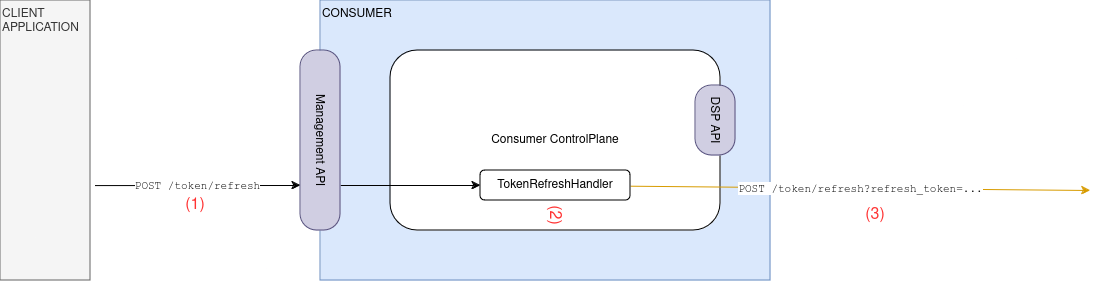
Above: docs/development/dataplane-signaling/ManualRefresh.drawio.png in eclipse-tractusx/tractusx-edc (draw.io), before the change. Source tidied: cells renumbered, new cells last; positions are measured from the earlier drawing's top-left corner, leaving out a move shared by most shapes. The source it was exported from:
```xml
<mxGraphModel>
  <root>
    <mxCell id="0" />
    <mxCell id="1" parent="0" />
    <mxCell id="2" value="&lt;div align=&quot;left&quot;&gt;CONSUMER&lt;/div&gt;" style="rounded=0;whiteSpace=wrap;html=1;fillColor=#dae8fc;strokeColor=#6c8ebf;align=left;verticalAlign=top;" parent="1" vertex="1">
      <mxGeometry x="320" width="450" height="280" as="geometry" />
    </mxCell>
    <mxCell id="3" value="Consumer ControlPlane" style="rounded=1;whiteSpace=wrap;html=1;" parent="1" vertex="1">
      <mxGeometry x="390" y="50" width="330" height="180" as="geometry" />
    </mxCell>
    <mxCell id="4" value="DSP API" style="rounded=1;whiteSpace=wrap;html=1;arcSize=41;rotation=90;fillColor=#d0cee2;strokeColor=#56517e;" parent="1" vertex="1">
      <mxGeometry x="680" y="100" width="70" height="40" as="geometry" />
    </mxCell>
    <mxCell id="5" style="edgeStyle=orthogonalEdgeStyle;rounded=0;jettySize=auto;html=1;entryX=0;entryY=0.5;entryDx=0;entryDy=0;exitX=0.75;exitY=0;exitDx=0;exitDy=0;" parent="1" edge="1" source="6" target="13">
      <mxGeometry relative="1" as="geometry" />
    </mxCell>
    <mxCell id="6" value="Management API" style="rounded=1;whiteSpace=wrap;html=1;arcSize=41;rotation=90;fillColor=#d0cee2;strokeColor=#56517e;" parent="1" vertex="1">
      <mxGeometry x="230" y="120" width="180" height="40" as="geometry" />
    </mxCell>
    <mxCell id="7" value="POST /token/refresh" style="endArrow=classic;html=1;rounded=0;fontFamily=Courier New;entryX=0.75;entryY=1;entryDx=0;entryDy=0;exitX=1.05;exitY=0.661;exitDx=0;exitDy=0;exitPerimeter=0;" parent="1" edge="1" source="9" target="6">
      <mxGeometry relative="1" as="geometry" />
    </mxCell>
    <mxCell id="8" value="(1)" style="text;html=1;align=center;verticalAlign=middle;whiteSpace=wrap;rounded=0;fontSize=16;fontColor=#FF3333;" parent="1" vertex="1">
      <mxGeometry x="160" y="190" width="70" height="30" as="geometry" />
    </mxCell>
    <mxCell id="9" value="CLIENT APPLICATION" style="rounded=0;whiteSpace=wrap;html=1;align=left;verticalAlign=top;fillColor=#f5f5f5;fontColor=#333333;strokeColor=#666666;" parent="1" vertex="1">
      <mxGeometry width="90" height="280" as="geometry" />
    </mxCell>
    <mxCell id="10" value="(2)" style="text;html=1;align=center;verticalAlign=middle;whiteSpace=wrap;rounded=0;fontSize=16;fontColor=#FF3333;rotation=90;" parent="1" vertex="1">
      <mxGeometry x="520" y="200" width="70" height="30" as="geometry" />
    </mxCell>
    <mxCell id="11" value="POST /token/refresh?refresh_token=..." style="endArrow=classic;html=1;rounded=0;fontFamily=Courier New;fillColor=#ffe6cc;strokeColor=#d79b00;" parent="1" edge="1" source="13">
      <mxGeometry relative="1" as="geometry">
        <mxPoint x="1090" y="190" as="targetPoint" />
      </mxGeometry>
    </mxCell>
    <mxCell id="12" value="(3)" style="text;html=1;align=center;verticalAlign=middle;whiteSpace=wrap;rounded=0;fontSize=16;fontColor=#FF3333;" parent="1" vertex="1">
      <mxGeometry x="840" y="200" width="70" height="30" as="geometry" />
    </mxCell>
    <mxCell id="13" value="TokenRefreshHandler" style="rounded=1;whiteSpace=wrap;html=1;" parent="1" vertex="1">
      <mxGeometry x="480" y="170" width="150" height="30" as="geometry" />
    </mxCell>
  </root>
</mxGraphModel>
```
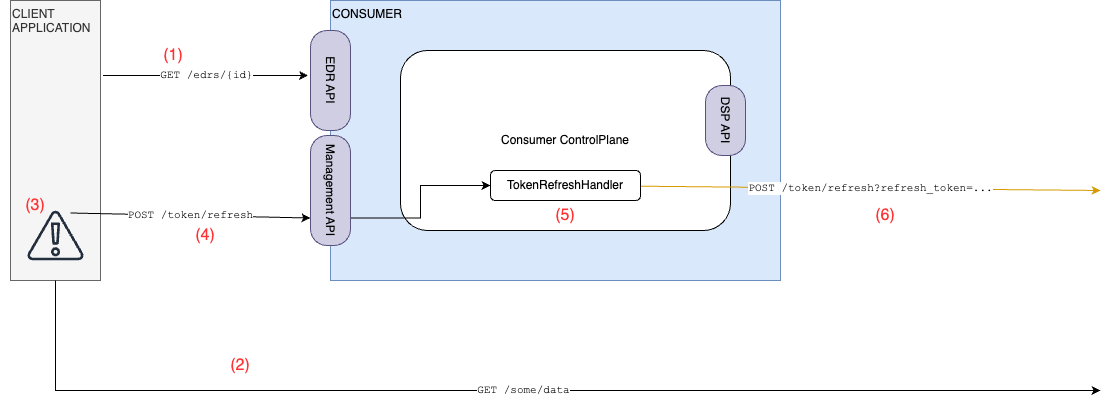
After the change.

Commit message:
docs: improve token refresh docu

What changed in the source:
```diff
@@ -15,18 +15,15 @@
       <mxGeometry relative="1" as="geometry" />
     </mxCell>
     <mxCell id="6" value="Management API" style="rounded=1;whiteSpace=wrap;html=1;arcSize=41;rotation=90;fillColor=#d0cee2;strokeColor=#56517e;" parent="1" vertex="1">
-      <mxGeometry x="230" y="120" width="180" height="40" as="geometry" />
+      <mxGeometry x="265" y="170" width="110" height="40" as="geometry" />
     </mxCell>
-    <mxCell id="7" value="POST /token/refresh" style="endArrow=classic;html=1;rounded=0;fontFamily=Courier New;entryX=0.75;entryY=1;entryDx=0;entryDy=0;exitX=1.05;exitY=0.661;exitDx=0;exitDy=0;exitPerimeter=0;" parent="1" edge="1" source="9" target="6">
-      <mxGeometry relative="1" as="geometry" />
-    </mxCell>
-    <mxCell id="8" value="(1)" style="text;html=1;align=center;verticalAlign=middle;whiteSpace=wrap;rounded=0;fontSize=16;fontColor=#FF3333;" parent="1" vertex="1">
-      <mxGeometry x="160" y="190" width="70" height="30" as="geometry" />
+    <mxCell id="8" value="(4)" style="text;html=1;align=center;verticalAlign=middle;whiteSpace=wrap;rounded=0;fontSize=16;fontColor=#FF3333;" parent="1" vertex="1">
+      <mxGeometry x="160" y="220" width="70" height="30" as="geometry" />
     </mxCell>
     <mxCell id="9" value="CLIENT APPLICATION" style="rounded=0;whiteSpace=wrap;html=1;align=left;verticalAlign=top;fillColor=#f5f5f5;fontColor=#333333;strokeColor=#666666;" parent="1" vertex="1">
       <mxGeometry width="90" height="280" as="geometry" />
     </mxCell>
-    <mxCell id="10" value="(2)" style="text;html=1;align=center;verticalAlign=middle;whiteSpace=wrap;rounded=0;fontSize=16;fontColor=#FF3333;rotation=90;" parent="1" vertex="1">
+    <mxCell id="10" value="(5)" style="text;html=1;align=center;verticalAlign=middle;whiteSpace=wrap;rounded=0;fontSize=16;fontColor=#FF3333;rotation=0;" parent="1" vertex="1">
       <mxGeometry x="520" y="200" width="70" height="30" as="geometry" />
     </mxCell>
     <mxCell id="11" value="POST /token/refresh?refresh_token=..." style="endArrow=classic;html=1;rounded=0;fontFamily=Courier New;fillColor=#ffe6cc;strokeColor=#d79b00;" parent="1" edge="1" source="13">
@@ -34,11 +31,43 @@
         <mxPoint x="1090" y="190" as="targetPoint" />
       </mxGeometry>
     </mxCell>
-    <mxCell id="12" value="(3)" style="text;html=1;align=center;verticalAlign=middle;whiteSpace=wrap;rounded=0;fontSize=16;fontColor=#FF3333;" parent="1" vertex="1">
+    <mxCell id="12" value="(6)" style="text;html=1;align=center;verticalAlign=middle;whiteSpace=wrap;rounded=0;fontSize=16;fontColor=#FF3333;" parent="1" vertex="1">
       <mxGeometry x="840" y="200" width="70" height="30" as="geometry" />
     </mxCell>
     <mxCell id="13" value="TokenRefreshHandler" style="rounded=1;whiteSpace=wrap;html=1;" parent="1" vertex="1">
       <mxGeometry x="480" y="170" width="150" height="30" as="geometry" />
     </mxCell>
+    <mxCell id="14" value="EDR API" style="rounded=1;whiteSpace=wrap;html=1;arcSize=41;rotation=90;fillColor=#d0cee2;strokeColor=#56517e;" parent="1" vertex="1">
+      <mxGeometry x="270" y="60" width="100" height="40" as="geometry" />
+    </mxCell>
+    <mxCell id="15" value="GET /edrs/{id}" style="endArrow=classic;html=1;rounded=0;fontFamily=Courier New;entryX=0.75;entryY=1;entryDx=0;entryDy=0;exitX=1.05;exitY=0.661;exitDx=0;exitDy=0;exitPerimeter=0;" parent="1" edge="1">
+      <mxGeometry relative="1" as="geometry">
+        <mxPoint x="92.5" y="75" as="sourcePoint" />
+        <mxPoint x="297.5" y="75" as="targetPoint" />
+      </mxGeometry>
+    </mxCell>
+    <mxCell id="16" value="(1)" style="text;html=1;align=center;verticalAlign=middle;whiteSpace=wrap;rounded=0;fontSize=16;fontColor=#FF3333;" parent="1" vertex="1">
+      <mxGeometry x="127.5" y="40" width="70" height="30" as="geometry" />
+    </mxCell>
+    <mxCell id="17" value="GET /some/data" style="edgeStyle=orthogonalEdgeStyle;rounded=0;jettySize=auto;html=1;exitX=0.5;exitY=1;exitDx=0;exitDy=0;fontFamily=Courier New;" parent="1" edge="1" source="9">
+      <mxGeometry relative="1" as="geometry">
+        <mxPoint x="1090" y="390" as="targetPoint" />
+        <Array as="points">
+          <mxPoint x="45" y="390" />
+        </Array>
+      </mxGeometry>
+    </mxCell>
+    <mxCell id="18" value="(2)" style="text;html=1;align=center;verticalAlign=middle;whiteSpace=wrap;rounded=0;fontSize=16;fontColor=#FF3333;" parent="1" vertex="1">
+      <mxGeometry x="195" y="350" width="70" height="30" as="geometry" />
+    </mxCell>
+    <mxCell id="19" style="sketch=0;fontColor=#232F3E;gradientColor=none;fillColor=#232F3D;strokeColor=none;dashed=0;verticalLabelPosition=bottom;verticalAlign=top;align=center;html=1;fontSize=12;fontStyle=0;shape=mxgraph.aws4.alert;" parent="1" vertex="1">
+      <mxGeometry x="16.7" y="210" width="56.5" height="50" as="geometry" />
+    </mxCell>
+    <mxCell id="20" value="(3)" style="text;html=1;align=center;verticalAlign=middle;whiteSpace=wrap;rounded=0;fontSize=16;fontColor=#FF3333;" parent="1" vertex="1">
+      <mxGeometry x="-10" y="190" width="70" height="30" as="geometry" />
+    </mxCell>
+    <mxCell id="7" value="POST /token/refresh" style="endArrow=classic;html=1;rounded=0;fontFamily=Courier New;entryX=0.75;entryY=1;entryDx=0;entryDy=0;exitX=1;exitY=0.75;exitDx=0;exitDy=0;" parent="1" edge="1" source="20" target="6">
+      <mxGeometry relative="1" as="geometry" />
+    </mxCell>
   </root>
 </mxGraphModel>
```
